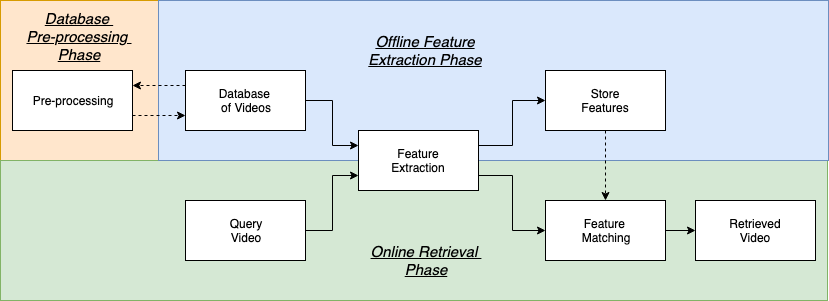
This is figures/design/basic_cbvr_phases.png from Adamouization/Content-Based-Video-Retrieval-Dissertation, a draw.io export, as it was before one commit. Source tidied: cells renumbered, new cells last; positions are measured from the earlier drawing's top-left corner, leaving out a move shared by most shapes.
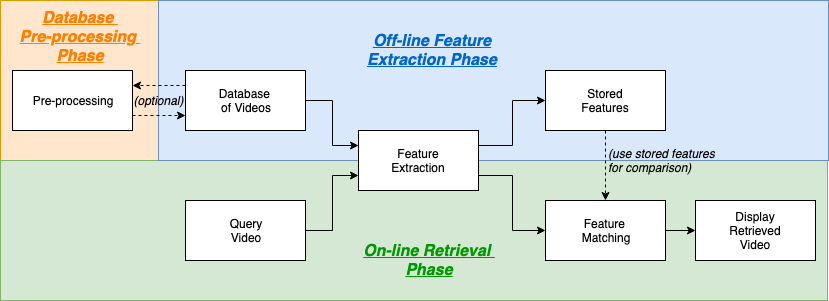
The same diagram one commit later.

The edit, as a diff of the source:
```diff
@@ -32,7 +32,7 @@
     <mxCell id="11" value="Feature &lt;br&gt;Matching" style="rounded=0;whiteSpace=wrap;html=1;" parent="1" vertex="1">
       <mxGeometry x="545" y="200" width="120" height="60" as="geometry" />
     </mxCell>
-    <mxCell id="12" value="Retrieved&lt;br&gt;Video&lt;br&gt;" style="rounded=0;whiteSpace=wrap;html=1;" parent="1" vertex="1">
+    <mxCell id="12" value="Display&lt;br&gt;Retrieved&lt;br&gt;Video&lt;br&gt;" style="rounded=0;whiteSpace=wrap;html=1;" parent="1" vertex="1">
       <mxGeometry x="695" y="200" width="120" height="60" as="geometry" />
     </mxCell>
     <mxCell id="13" style="edgeStyle=orthogonalEdgeStyle;rounded=0;jettySize=auto;html=1;exitX=1;exitY=0.5;exitDx=0;exitDy=0;entryX=0;entryY=0.25;entryDx=0;entryDy=0;" parent="1" edge="1" source="15" target="9">
@@ -53,20 +53,26 @@
     <mxCell id="18" style="edgeStyle=orthogonalEdgeStyle;rounded=0;jettySize=auto;html=1;exitX=0.5;exitY=1;exitDx=0;exitDy=0;entryX=0.5;entryY=0;entryDx=0;entryDy=0;dashed=1;" parent="1" edge="1" source="19" target="11">
       <mxGeometry relative="1" as="geometry" />
     </mxCell>
-    <mxCell id="19" value="Store&lt;br&gt;Features&lt;br&gt;" style="rounded=0;whiteSpace=wrap;html=1;" parent="1" vertex="1">
+    <mxCell id="19" value="Stored&lt;br&gt;Features&lt;br&gt;" style="rounded=0;whiteSpace=wrap;html=1;" parent="1" vertex="1">
       <mxGeometry x="545" y="70" width="120" height="60" as="geometry" />
     </mxCell>
-    <mxCell id="20" value="&lt;font style=&quot;font-size: 15px;&quot;&gt;&lt;i style=&quot;font-size: 15px;&quot;&gt;&lt;u style=&quot;font-size: 15px;&quot;&gt;Database &lt;br style=&quot;font-size: 15px;&quot;&gt;Pre-processing &lt;br style=&quot;font-size: 15px;&quot;&gt;Phase&lt;/u&gt;&lt;/i&gt;&lt;/font&gt;" style="text;html=1;strokeColor=none;fillColor=none;align=center;verticalAlign=middle;whiteSpace=wrap;rounded=0;fontSize=15;" parent="1" vertex="1">
+    <mxCell id="20" value="&lt;font style=&quot;font-size: 15px&quot; color=&quot;#ff8000&quot;&gt;&lt;i style=&quot;font-size: 15px&quot;&gt;&lt;u style=&quot;font-size: 16px&quot;&gt;&lt;b&gt;Database &lt;br&gt;Pre-processing &lt;br&gt;Phase&lt;/b&gt;&lt;/u&gt;&lt;/i&gt;&lt;/font&gt;" style="text;html=1;strokeColor=none;fillColor=none;align=center;verticalAlign=middle;whiteSpace=wrap;rounded=0;fontSize=15;" parent="1" vertex="1">
       <mxGeometry x="14" y="16" width="130" height="40" as="geometry" />
     </mxCell>
     <mxCell id="21" style="edgeStyle=orthogonalEdgeStyle;rounded=0;orthogonalLoop=1;jettySize=auto;html=1;exitX=0.5;exitY=1;exitDx=0;exitDy=0;strokeColor=#0066CC;strokeWidth=2;" parent="1" edge="1" source="20" target="20">
       <mxGeometry relative="1" as="geometry" />
     </mxCell>
-    <mxCell id="22" value="&lt;font style=&quot;font-size: 14px&quot;&gt;&lt;i style=&quot;font-size: 15px&quot;&gt;&lt;u&gt;Online Retrieval &lt;br&gt;Phase&lt;/u&gt;&lt;/i&gt;&lt;/font&gt;" style="text;html=1;strokeColor=none;fillColor=none;align=center;verticalAlign=middle;whiteSpace=wrap;rounded=0;" parent="1" vertex="1">
-      <mxGeometry x="365" y="240" width="120" height="40" as="geometry" />
+    <mxCell id="22" value="&lt;font style=&quot;font-size: 14px&quot; color=&quot;#009900&quot;&gt;&lt;i style=&quot;font-size: 15px&quot;&gt;&lt;u style=&quot;font-size: 16px&quot;&gt;&lt;b&gt;On-line Retrieval &lt;br&gt;Phase&lt;/b&gt;&lt;/u&gt;&lt;/i&gt;&lt;/font&gt;" style="text;html=1;strokeColor=none;fillColor=none;align=center;verticalAlign=middle;whiteSpace=wrap;rounded=0;" parent="1" vertex="1">
+      <mxGeometry x="358" y="240" width="142" height="40" as="geometry" />
     </mxCell>
-    <mxCell id="23" value="&lt;font style=&quot;font-size: 15px;&quot;&gt;&lt;i style=&quot;font-size: 15px;&quot;&gt;&lt;u style=&quot;font-size: 15px;&quot;&gt;Offline Feature Extraction Phase&lt;/u&gt;&lt;/i&gt;&lt;/font&gt;" style="text;html=1;strokeColor=none;fillColor=none;align=center;verticalAlign=middle;whiteSpace=wrap;rounded=0;fontSize=15;" parent="1" vertex="1">
-      <mxGeometry x="364" y="30" width="122" height="40" as="geometry" />
+    <mxCell id="23" value="&lt;font color=&quot;#0066cc&quot; size=&quot;1&quot;&gt;&lt;i&gt;&lt;u&gt;&lt;b style=&quot;font-size: 16px&quot;&gt;Off-line Feature Extraction Phase&lt;/b&gt;&lt;/u&gt;&lt;/i&gt;&lt;/font&gt;" style="text;html=1;strokeColor=none;fillColor=none;align=center;verticalAlign=middle;whiteSpace=wrap;rounded=0;fontSize=15;" parent="1" vertex="1">
+      <mxGeometry x="364" y="30" width="136" height="40" as="geometry" />
     </mxCell>
+    <mxCell id="24" value="&lt;i&gt;(optional)&lt;/i&gt;" style="text;html=1;strokeColor=none;fillColor=none;align=center;verticalAlign=middle;whiteSpace=wrap;rounded=0;" parent="1" vertex="1">
+      <mxGeometry x="138.5" y="90" width="40" height="20" as="geometry" />
+    </mxCell>
+    <mxCell id="25" value="&lt;div style=&quot;text-align: left&quot;&gt;&lt;i&gt;(use stored features for comparison)&lt;/i&gt;&lt;/div&gt;" style="text;html=1;strokeColor=none;fillColor=none;align=center;verticalAlign=middle;whiteSpace=wrap;rounded=0;" parent="1" vertex="1">
+      <mxGeometry x="607" y="150" width="110" height="20" as="geometry" />
+    </mxCell>
   </root>
 </mxGraphModel>
```
